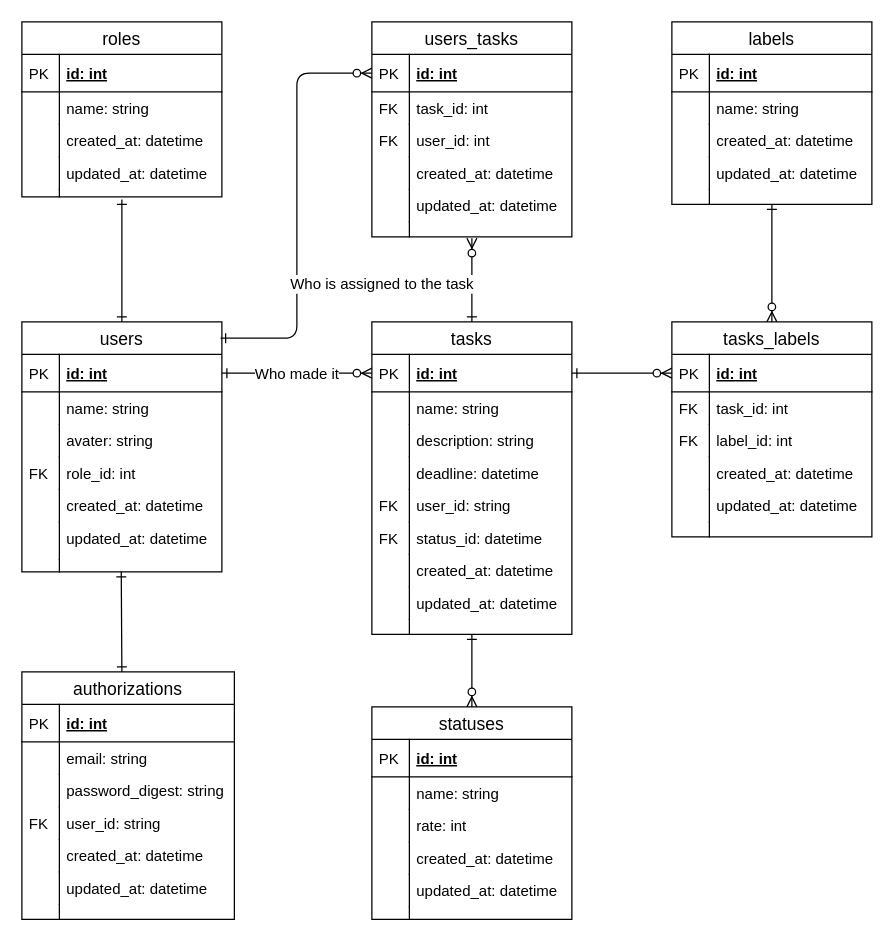
Earlier version of the draw.io diagram neko/docs/database.drawio (everyleaf/el-training). Source tidied: cells renumbered, new cells numbered last; positions are measured from the earlier drawing's top-left corner, leaving out a move shared by most shapes. Both pictures are drawn from the tidied source at 125%, with x=0, y=0 at pixel (21, 21).
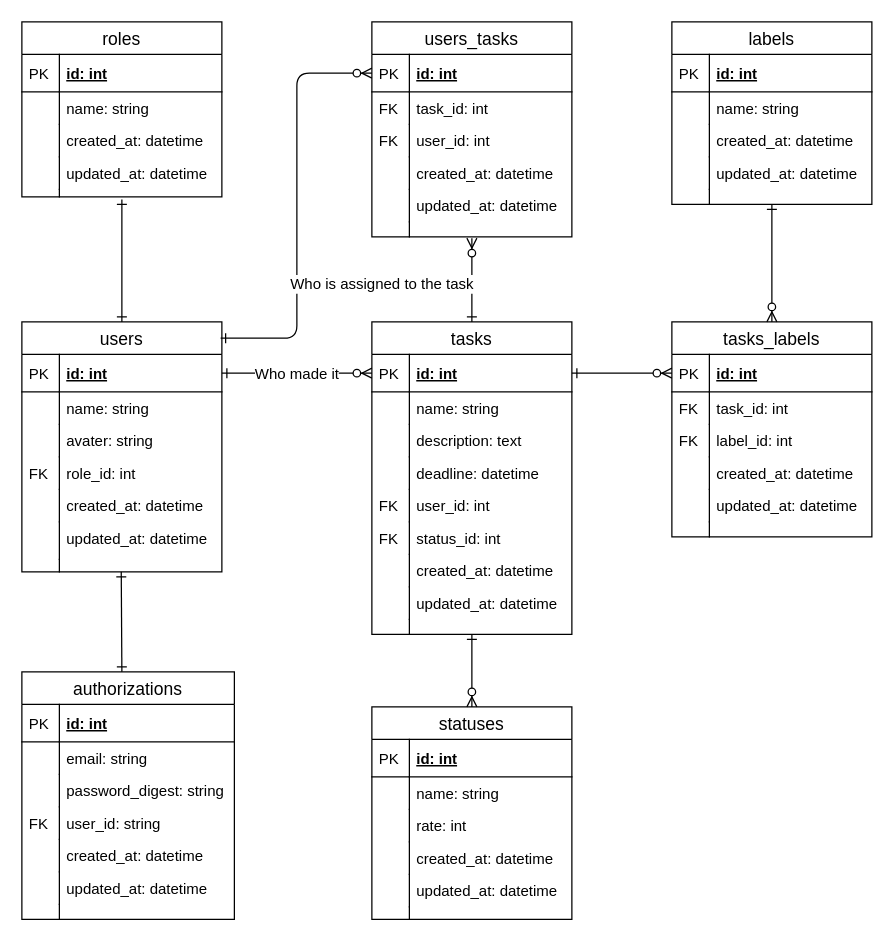
The same page after the edit.

Commit message (it also covers changes not shown here):
fix database-prototype

The change refers to these unchanged cells:
```xml
<mxCell id="54" value="tasks" style="swimlane;fontStyle=0;horizontal=1;startSize=26;align=center;fontSize=14;" parent="1" vertex="1">
  <mxGeometry x="280" y="240" width="160" height="250" as="geometry" />
</mxCell>
```

Change to the diagram source:
```diff
@@
-    <mxCell id="59" value="description: string" style="shape=partialRectangle;top=0;left=0;right=0;bottom=0;align=left;verticalAlign=top;fillColor=none;spacingLeft=34;spacingRight=4;overflow=hidden;fontSize=12;" parent="54" vertex="1">
+    <mxCell id="59" value="description: text" style="shape=partialRectangle;top=0;left=0;right=0;bottom=0;align=left;verticalAlign=top;fillColor=none;spacingLeft=34;spacingRight=4;overflow=hidden;fontSize=12;" parent="54" vertex="1">
       <mxGeometry y="82" width="160" height="26" as="geometry" />
     </mxCell>
@@
-    <mxCell id="63" value="user_id: string" style="shape=partialRectangle;top=0;left=0;right=0;bottom=0;align=left;verticalAlign=top;fillColor=none;spacingLeft=34;spacingRight=4;overflow=hidden;fontSize=12;" parent="54" vertex="1">
+    <mxCell id="63" value="user_id: int" style="shape=partialRectangle;top=0;left=0;right=0;bottom=0;align=left;verticalAlign=top;fillColor=none;spacingLeft=34;spacingRight=4;overflow=hidden;fontSize=12;" parent="54" vertex="1">
       <mxGeometry y="134" width="160" height="26" as="geometry" />
     </mxCell>
@@
-    <mxCell id="65" value="status_id: datetime" style="shape=partialRectangle;top=0;left=0;right=0;bottom=0;align=left;verticalAlign=top;fillColor=none;spacingLeft=34;spacingRight=4;overflow=hidden;fontSize=12;" parent="54" vertex="1">
+    <mxCell id="65" value="status_id: int" style="shape=partialRectangle;top=0;left=0;right=0;bottom=0;align=left;verticalAlign=top;fillColor=none;spacingLeft=34;spacingRight=4;overflow=hidden;fontSize=12;" parent="54" vertex="1">
       <mxGeometry y="160" width="160" height="26" as="geometry" />
     </mxCell>
```
